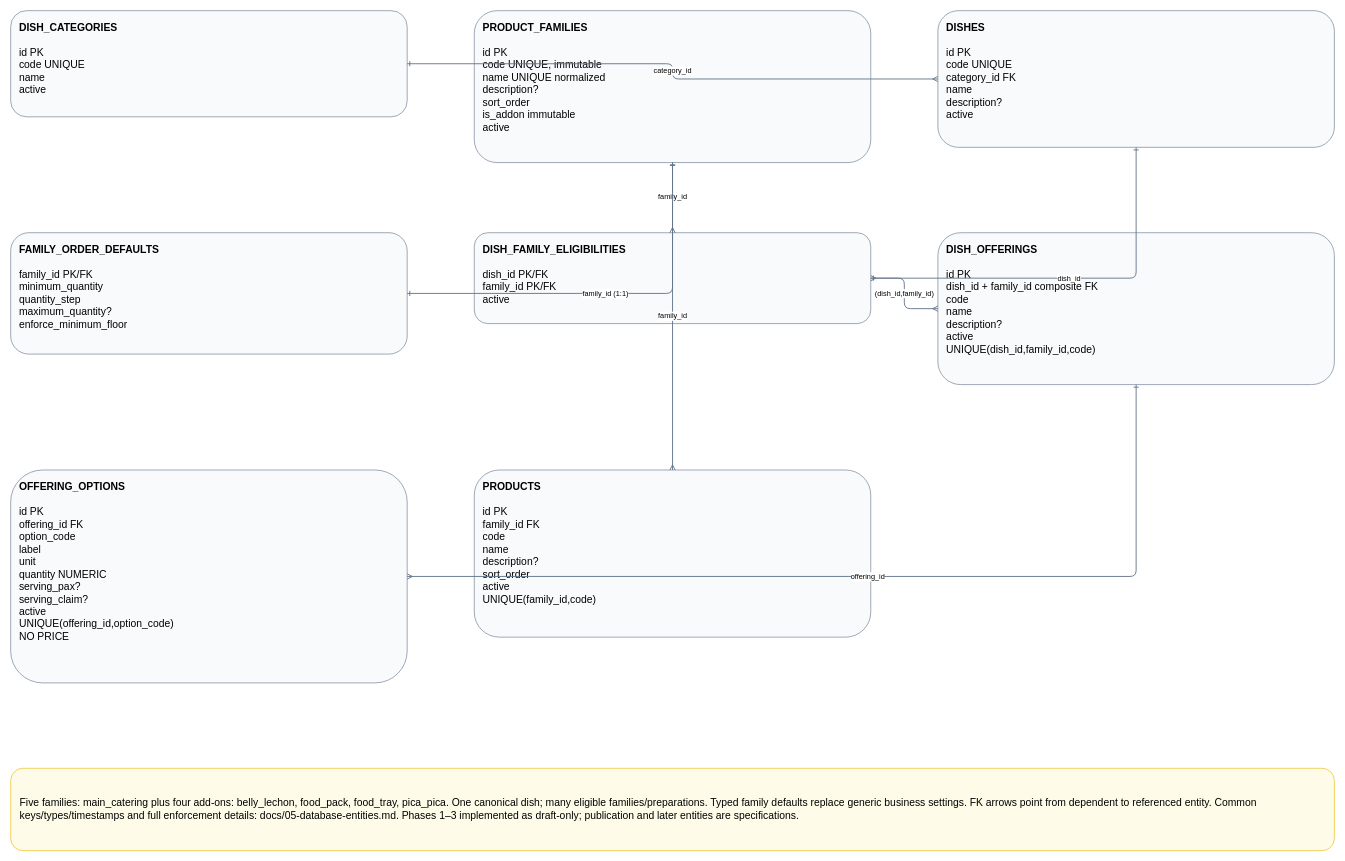
Above: page "01 Master Catalog" (1 of 6) of docs/diagrams/catalog_v3.drawio in garfield2001/zek-catering-reservation (draw.io), before the change. Source tidied: cells renumbered, new cells numbered last; positions are measured from the earlier drawing's top-left corner, leaving out a move shared by most shapes. Both pictures are drawn from the tidied source at 61%, with x=0, y=0 at pixel (10, 10).
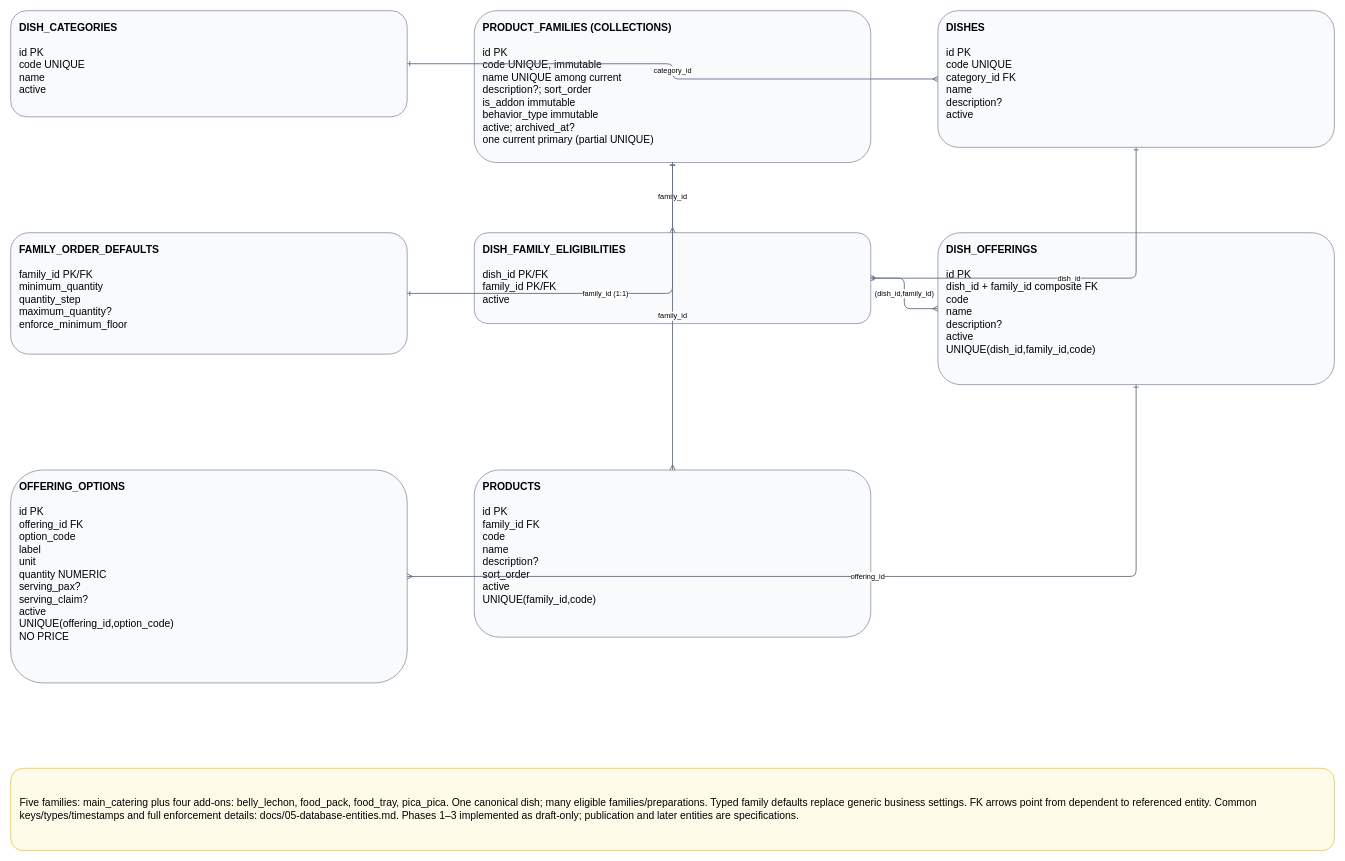
The same page after the edit.

Change to the diagram source:
```diff
@@
 <mxGraphModel>
   <root>
     <mxCell id="0" />
     <mxCell id="1" parent="0" />
     <mxCell id="2" value="&lt;b&gt;DISH_CATEGORIES&lt;/b&gt;&lt;br/&gt;&lt;br/&gt;id PK&lt;br/&gt;code UNIQUE&lt;br/&gt;name&lt;br/&gt;active" style="rounded=1;whiteSpace=wrap;html=1;fillColor=#f8fafc;strokeColor=#64748b;fontSize=17;align=left;verticalAlign=top;spacing=14;" parent="1" vertex="1">
       <mxGeometry width="650" height="174" as="geometry" />
     </mxCell>
-    <mxCell id="3" value="&lt;b&gt;PRODUCT_FAMILIES&lt;/b&gt;&lt;br/&gt;&lt;br/&gt;id PK&lt;br/&gt;code UNIQUE, immutable&lt;br/&gt;name UNIQUE normalized&lt;br/&gt;description?&lt;br/&gt;sort_order&lt;br/&gt;is_addon immutable&lt;br/&gt;active" style="rounded=1;whiteSpace=wrap;html=1;fillColor=#f8fafc;strokeColor=#64748b;fontSize=17;align=left;verticalAlign=top;spacing=14;" parent="1" vertex="1">
+    <mxCell id="3" value="&lt;b&gt;PRODUCT_FAMILIES (COLLECTIONS)&lt;/b&gt;&lt;br/&gt;&lt;br/&gt;id PK&lt;br/&gt;code UNIQUE, immutable&lt;br/&gt;name UNIQUE among current&lt;br/&gt;description?; sort_order&lt;br/&gt;is_addon immutable&lt;br/&gt;behavior_type immutable&lt;br/&gt;active; archived_at?&lt;br/&gt;one current primary (partial UNIQUE)" style="rounded=1;whiteSpace=wrap;html=1;fillColor=#f8fafc;strokeColor=#64748b;fontSize=17;align=left;verticalAlign=top;spacing=14;" parent="1" vertex="1">
       <mxGeometry x="760" width="650" height="249" as="geometry" />
     </mxCell>
     <mxCell id="4" value="&lt;b&gt;DISHES&lt;/b&gt;&lt;br/&gt;&lt;br/&gt;id PK&lt;br/&gt;code UNIQUE&lt;br/&gt;category_id FK&lt;br/&gt;name&lt;br/&gt;description?&lt;br/&gt;active" style="rounded=1;whiteSpace=wrap;html=1;fillColor=#f8fafc;strokeColor=#64748b;fontSize=17;align=left;verticalAlign=top;spacing=14;" parent="1" vertex="1">
       <mxGeometry x="1520" width="650" height="224" as="geometry" />
     </mxCell>
     <mxCell id="5" value="&lt;b&gt;FAMILY_ORDER_DEFAULTS&lt;/b&gt;&lt;br/&gt;&lt;br/&gt;family_id PK/FK&lt;br/&gt;minimum_quantity&lt;br/&gt;quantity_step&lt;br/&gt;maximum_quantity?&lt;br/&gt;enforce_minimum_floor" style="rounded=1;whiteSpace=wrap;html=1;fillColor=#f8fafc;strokeColor=#64748b;fontSize=17;align=left;verticalAlign=top;spacing=14;" parent="1" vertex="1">
       <mxGeometry y="364" width="650" height="199" as="geometry" />
     </mxCell>
     <mxCell id="6" value="&lt;b&gt;DISH_FAMILY_ELIGIBILITIES&lt;/b&gt;&lt;br/&gt;&lt;br/&gt;dish_id PK/FK&lt;br/&gt;family_id PK/FK&lt;br/&gt;active" style="rounded=1;whiteSpace=wrap;html=1;fillColor=#f8fafc;strokeColor=#64748b;fontSize=17;align=left;verticalAlign=top;spacing=14;" parent="1" vertex="1">
       <mxGeometry x="760" y="364" width="650" height="149" as="geometry" />
     </mxCell>
     <mxCell id="7" value="&lt;b&gt;DISH_OFFERINGS&lt;/b&gt;&lt;br/&gt;&lt;br/&gt;id PK&lt;br/&gt;dish_id + family_id composite FK&lt;br/&gt;code&lt;br/&gt;name&lt;br/&gt;description?&lt;br/&gt;active&lt;br/&gt;UNIQUE(dish_id,family_id,code)" style="rounded=1;whiteSpace=wrap;html=1;fillColor=#f8fafc;strokeColor=#64748b;fontSize=17;align=left;verticalAlign=top;spacing=14;" parent="1" vertex="1">
       <mxGeometry x="1520" y="364" width="650" height="249" as="geometry" />
     </mxCell>
     <mxCell id="8" value="&lt;b&gt;OFFERING_OPTIONS&lt;/b&gt;&lt;br/&gt;&lt;br/&gt;id PK&lt;br/&gt;offering_id FK&lt;br/&gt;option_code&lt;br/&gt;label&lt;br/&gt;unit&lt;br/&gt;quantity NUMERIC&lt;br/&gt;serving_pax?&lt;br/&gt;serving_claim?&lt;br/&gt;active&lt;br/&gt;UNIQUE(offering_id,option_code)&lt;br/&gt;NO PRICE" style="rounded=1;whiteSpace=wrap;html=1;fillColor=#f8fafc;strokeColor=#64748b;fontSize=17;align=left;verticalAlign=top;spacing=14;" parent="1" vertex="1">
       <mxGeometry y="753" width="650" height="349" as="geometry" />
     </mxCell>
     <mxCell id="9" value="&lt;b&gt;PRODUCTS&lt;/b&gt;&lt;br/&gt;&lt;br/&gt;id PK&lt;br/&gt;family_id FK&lt;br/&gt;code&lt;br/&gt;name&lt;br/&gt;description?&lt;br/&gt;sort_order&lt;br/&gt;active&lt;br/&gt;UNIQUE(family_id,code)" style="rounded=1;whiteSpace=wrap;html=1;fillColor=#f8fafc;strokeColor=#64748b;fontSize=17;align=left;verticalAlign=top;spacing=14;" parent="1" vertex="1">
       <mxGeometry x="760" y="753" width="650" height="274" as="geometry" />
     </mxCell>
     <mxCell id="10" value="category_id" style="edgeStyle=orthogonalEdgeStyle;rounded=1;html=1;endArrow=ERone;startArrow=ERmany;strokeColor=#64748b;strokeWidth=1.5;fontSize=12;labelBackgroundColor=#ffffff;" parent="1" edge="1" source="4" target="2">
       <mxGeometry relative="1" as="geometry" />
     </mxCell>
     <mxCell id="11" value="family_id (1:1)" style="edgeStyle=orthogonalEdgeStyle;rounded=1;html=1;endArrow=ERone;startArrow=ERone;strokeColor=#64748b;strokeWidth=1.5;fontSize=12;labelBackgroundColor=#ffffff;" parent="1" edge="1" source="5" target="3">
       <mxGeometry relative="1" as="geometry" />
     </mxCell>
     <mxCell id="12" value="dish_id" style="edgeStyle=orthogonalEdgeStyle;rounded=1;html=1;endArrow=ERone;startArrow=ERmany;strokeColor=#64748b;strokeWidth=1.5;fontSize=12;labelBackgroundColor=#ffffff;" parent="1" edge="1" source="6" target="4">
       <mxGeometry relative="1" as="geometry" />
     </mxCell>
     <mxCell id="13" value="family_id" style="edgeStyle=orthogonalEdgeStyle;rounded=1;html=1;endArrow=ERone;startArrow=ERmany;strokeColor=#64748b;strokeWidth=1.5;fontSize=12;labelBackgroundColor=#ffffff;" parent="1" edge="1" source="6" target="3">
       <mxGeometry relative="1" as="geometry" />
     </mxCell>
     <mxCell id="14" value="(dish_id,family_id)" style="edgeStyle=orthogonalEdgeStyle;rounded=1;html=1;endArrow=ERone;startArrow=ERmany;strokeColor=#64748b;strokeWidth=1.5;fontSize=12;labelBackgroundColor=#ffffff;" parent="1" edge="1" source="7" target="6">
       <mxGeometry relative="1" as="geometry" />
     </mxCell>
     <mxCell id="15" value="offering_id" style="edgeStyle=orthogonalEdgeStyle;rounded=1;html=1;endArrow=ERone;startArrow=ERmany;strokeColor=#64748b;strokeWidth=1.5;fontSize=12;labelBackgroundColor=#ffffff;" parent="1" edge="1" source="8" target="7">
       <mxGeometry relative="1" as="geometry" />
     </mxCell>
     <mxCell id="16" value="family_id" style="edgeStyle=orthogonalEdgeStyle;rounded=1;html=1;endArrow=ERone;startArrow=ERmany;strokeColor=#64748b;strokeWidth=1.5;fontSize=12;labelBackgroundColor=#ffffff;" parent="1" edge="1" source="9" target="3">
       <mxGeometry relative="1" as="geometry" />
     </mxCell>
     <mxCell id="17" value="Five families: main_catering plus four add-ons: belly_lechon, food_pack, food_tray, pica_pica. One canonical dish; many eligible families/preparations. Typed family defaults replace generic business settings. FK arrows point from dependent to referenced entity. Common keys/types/timestamps and full enforcement details: docs/05-database-entities.md. Phases 1–3 implemented as draft-only; publication and later entities are specifications." style="rounded=1;whiteSpace=wrap;html=1;fillColor=#fefce8;strokeColor=#eab308;fontSize=17;align=left;spacing=15;" parent="1" vertex="1">
       <mxGeometry y="1242" width="2170" height="135" as="geometry" />
     </mxCell>
   </root>
 </mxGraphModel>
```
